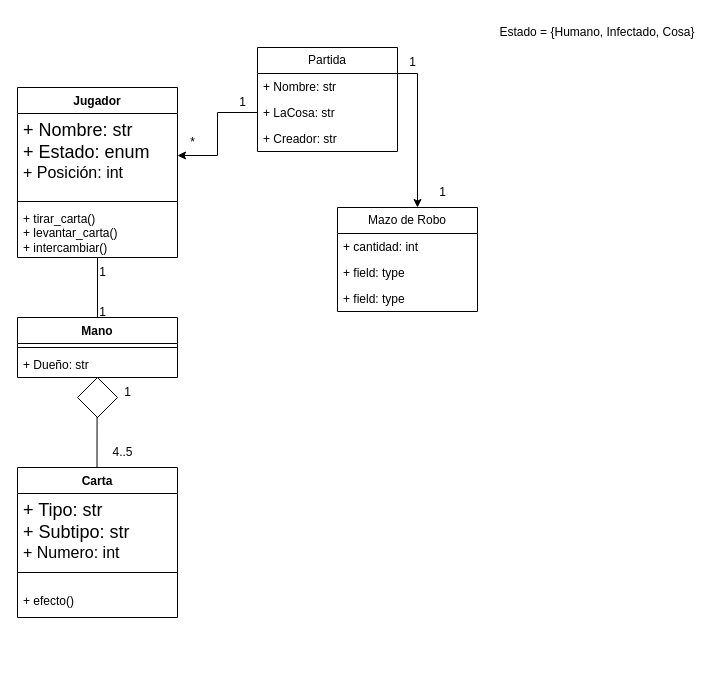
Earlier version of the draw.io diagram take-home/diagrama_clases.drawio (irmrz/ingenieria-software-1). Source tidied: cells renumbered, new cells numbered last; positions are measured from the earlier drawing's top-left corner, leaving out a move shared by most shapes. Both pictures are drawn from the tidied source at 100%, with x=0, y=0 at pixel (17, 17).
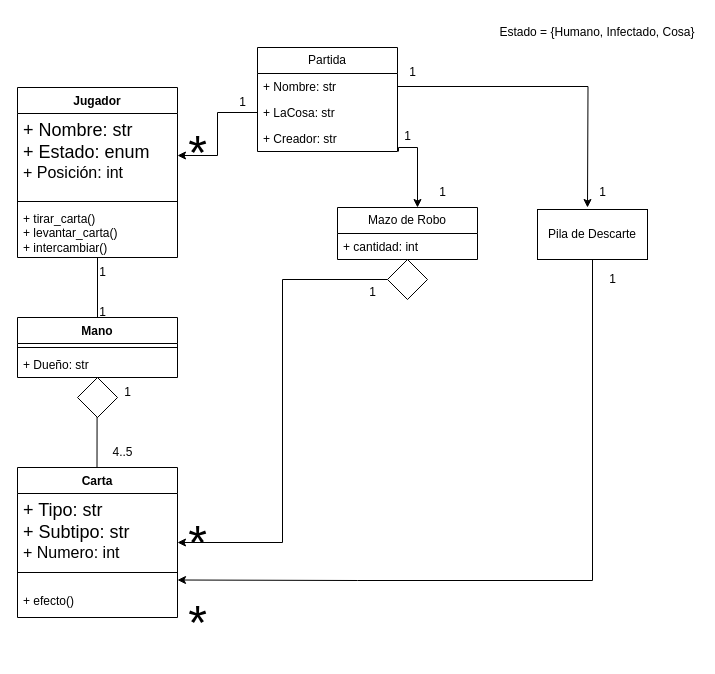
Above is the later version.

Unchanged cells that the change refers to:
```xml
<mxCell id="6" value="Carta" style="swimlane;fontStyle=1;align=center;verticalAlign=top;horizontal=1;startSize=26;whiteSpace=wrap;html=1;" parent="1" vertex="1">
  <mxGeometry y="450" width="160" height="150" as="geometry" />
</mxCell>
<mxCell id="21" value="Partida" style="swimlane;fontStyle=0;horizontal=1;startSize=26;fillColor=none;whiteSpace=wrap;html=1;" parent="1" vertex="1">
  <mxGeometry x="240" y="30" width="140" height="104" as="geometry" />
</mxCell>
<mxCell id="22" value="&lt;div&gt;+ Nombre: str&lt;/div&gt;" style="text;strokeColor=none;fillColor=none;align=left;verticalAlign=top;spacingLeft=4;spacingRight=4;overflow=hidden;points=[[0,0.5],[1,0.5]];portConstraint=eastwest;whiteSpace=wrap;html=1;" parent="21" vertex="1">
  <mxGeometry y="26" width="140" height="26" as="geometry" />
</mxCell>
<mxCell id="24" value="+ Creador: str" style="text;strokeColor=none;fillColor=none;align=left;verticalAlign=top;spacingLeft=4;spacingRight=4;overflow=hidden;points=[[0,0.5],[1,0.5]];portConstraint=eastwest;whiteSpace=wrap;html=1;" parent="21" vertex="1">
  <mxGeometry y="78" width="140" height="26" as="geometry" />
</mxCell>
```

The edit, as a diff of the source:
```diff
@@
-    <mxCell id="20" style="edgeStyle=orthogonalEdgeStyle;rounded=0;jettySize=auto;html=1;exitX=1;exitY=0.25;exitDx=0;exitDy=0;" parent="1" edge="1" source="21" target="28">
+    <mxCell id="20" style="edgeStyle=orthogonalEdgeStyle;rounded=0;jettySize=auto;html=1;exitX=1.007;exitY=1;exitDx=0;exitDy=0;exitPerimeter=0;" parent="1" edge="1" source="24" target="28">
       <mxGeometry relative="1" as="geometry">
         <Array as="points">
-          <mxPoint x="400" y="56" />
+          <mxPoint x="381" y="130" />
+          <mxPoint x="400" y="130" />
         </Array>
       </mxGeometry>
     </mxCell>
@@
+    <mxCell id="35" style="edgeStyle=orthogonalEdgeStyle;rounded=0;jettySize=auto;html=1;exitX=1;exitY=0.5;exitDx=0;exitDy=0;" parent="21" edge="1" source="22">
+      <mxGeometry relative="1" as="geometry">
+        <mxPoint x="330" y="160" as="targetPoint" />
+      </mxGeometry>
+    </mxCell>
@@
-    <mxCell id="27" value="*" style="text;html=1;align=center;verticalAlign=middle;strokeColor=none;fillColor=none;" parent="1" vertex="1">
-      <mxGeometry x="160" y="110" width="30" height="30" as="geometry" />
-    </mxCell>
     <mxCell id="28" value="Mazo de Robo" style="swimlane;fontStyle=0;horizontal=1;startSize=26;fillColor=none;whiteSpace=wrap;html=1;" parent="1" vertex="1">
-      <mxGeometry x="320" y="190" width="140" height="104" as="geometry" />
+      <mxGeometry x="320" y="190" width="140" height="52" as="geometry" />
     </mxCell>
@@
-    <mxCell id="30" value="+ field: type" style="text;strokeColor=none;fillColor=none;align=left;verticalAlign=top;spacingLeft=4;spacingRight=4;overflow=hidden;whiteSpace=wrap;html=1;" parent="28" vertex="1">
-      <mxGeometry y="52" width="140" height="26" as="geometry" />
-    </mxCell>
-    <mxCell id="31" value="+ field: type" style="text;strokeColor=none;fillColor=none;align=left;verticalAlign=top;spacingLeft=4;spacingRight=4;overflow=hidden;whiteSpace=wrap;html=1;" parent="28" vertex="1">
-      <mxGeometry y="78" width="140" height="26" as="geometry" />
-    </mxCell>
@@
     <mxCell id="33" value="1" style="text;html=1;align=center;verticalAlign=middle;strokeColor=none;fillColor=none;" parent="1" vertex="1">
-      <mxGeometry x="380" y="30" width="30" height="30" as="geometry" />
+      <mxGeometry x="375" y="104" width="30" height="30" as="geometry" />
     </mxCell>
@@
+    <mxCell id="36" style="edgeStyle=orthogonalEdgeStyle;rounded=0;jettySize=auto;html=1;entryX=1;entryY=0.5;entryDx=0;entryDy=0;" parent="1" edge="1" source="37" target="6">
+      <mxGeometry relative="1" as="geometry" />
+    </mxCell>
+    <mxCell id="37" style="rhombus;whiteSpace=wrap;html=1;" parent="1" vertex="1">
+      <mxGeometry x="370" y="242" width="40" height="40" as="geometry" />
+    </mxCell>
+    <mxCell id="38" value="1" style="text;html=1;align=center;verticalAlign=middle;strokeColor=none;fillColor=none;" parent="1" vertex="1">
+      <mxGeometry x="340" y="260" width="30" height="30" as="geometry" />
+    </mxCell>
+    <mxCell id="39" value="&lt;font style=&quot;font-size: 48px;&quot;&gt;*&lt;/font&gt;" style="text;html=1;align=center;verticalAlign=middle;strokeColor=none;fillColor=none;" parent="1" vertex="1">
+      <mxGeometry x="160" y="490" width="40" height="70" as="geometry" />
+    </mxCell>
+    <mxCell id="40" value="&lt;font style=&quot;font-size: 48px;&quot;&gt;*&lt;/font&gt;" style="text;html=1;align=center;verticalAlign=middle;strokeColor=none;fillColor=none;" parent="1" vertex="1">
+      <mxGeometry x="160" y="100" width="40" height="70" as="geometry" />
+    </mxCell>
+    <mxCell id="41" style="edgeStyle=orthogonalEdgeStyle;rounded=0;jettySize=auto;html=1;entryX=1;entryY=0.75;entryDx=0;entryDy=0;" parent="1" edge="1" source="42" target="6">
+      <mxGeometry relative="1" as="geometry">
+        <Array as="points">
+          <mxPoint x="575" y="563" />
+          <mxPoint x="340" y="563" />
+        </Array>
+      </mxGeometry>
+    </mxCell>
+    <mxCell id="42" value="Pila de Descarte" style="html=1;whiteSpace=wrap;" parent="1" vertex="1">
+      <mxGeometry x="520" y="192" width="110" height="50" as="geometry" />
+    </mxCell>
+    <mxCell id="43" value="1" style="text;html=1;align=center;verticalAlign=middle;strokeColor=none;fillColor=none;" parent="1" vertex="1">
+      <mxGeometry x="380" y="40" width="30" height="30" as="geometry" />
+    </mxCell>
+    <mxCell id="44" value="&lt;font style=&quot;font-size: 48px;&quot;&gt;*&lt;/font&gt;" style="text;html=1;align=center;verticalAlign=middle;strokeColor=none;fillColor=none;" parent="1" vertex="1">
+      <mxGeometry x="160" y="570" width="40" height="70" as="geometry" />
+    </mxCell>
+    <mxCell id="45" value="1" style="text;html=1;align=center;verticalAlign=middle;strokeColor=none;fillColor=none;" parent="1" vertex="1">
+      <mxGeometry x="570" y="160" width="30" height="30" as="geometry" />
+    </mxCell>
+    <mxCell id="46" value="1" style="text;html=1;align=center;verticalAlign=middle;strokeColor=none;fillColor=none;" parent="1" vertex="1">
+      <mxGeometry x="580" y="247" width="30" height="30" as="geometry" />
+    </mxCell>
```
